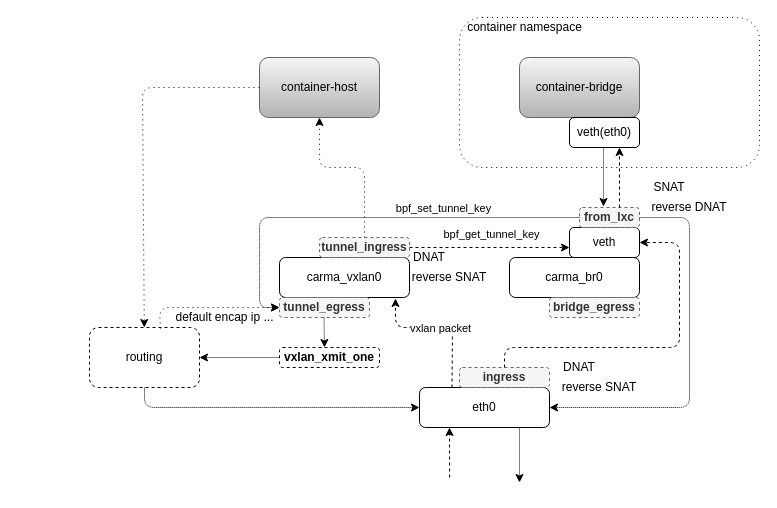
The draw.io diagram host-overlay-flow.drawio in AirbornWdd/doc, before the edit. Source tidied: cells renumbered, new cells numbered last; positions are measured from the earlier drawing's top-left corner, leaving out a move shared by most shapes. Both pictures are drawn from the tidied source at 100%, with x=0, y=0 at pixel (89, 17).
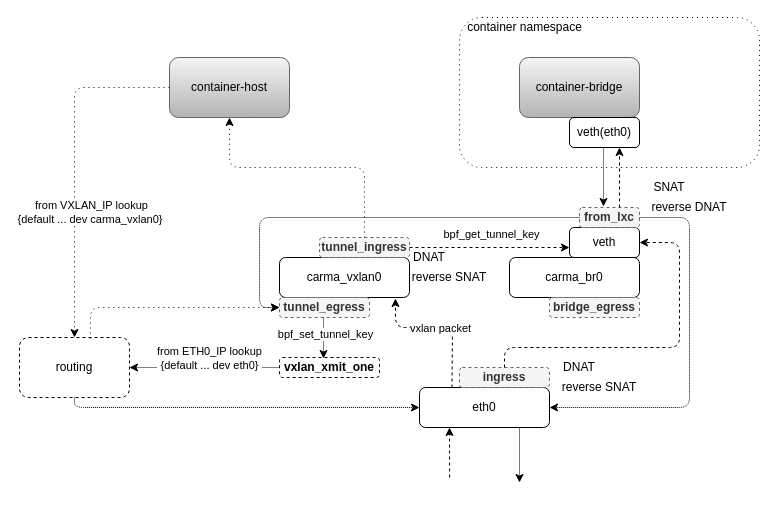
The same diagram, later.

Unchanged cells that the change refers to:
```xml
<mxCell id="10" value="eth0" style="rounded=1;whiteSpace=wrap;html=1;" parent="1" vertex="1">
  <mxGeometry x="330" y="370" width="130" height="40" as="geometry" />
</mxCell>
<mxCell id="18" value="&lt;b&gt;tunnel_ingress&lt;/b&gt;" style="rounded=1;whiteSpace=wrap;html=1;fillColor=#f5f5f5;strokeColor=#666666;fontColor=#333333;dashed=1;" parent="1" vertex="1">
  <mxGeometry x="230" y="220" width="90" height="20" as="geometry" />
</mxCell>
<mxCell id="22" style="endArrow=classic;html=1;entryX=0;entryY=0.5;entryDx=0;entryDy=0;dashed=1;dashPattern=1 1;exitX=0;exitY=0.5;exitDx=0;exitDy=0;" parent="1" edge="1" source="8" target="32">
  <mxGeometry relative="1" as="geometry">
    <Array as="points">
      <mxPoint x="410" y="200" />
      <mxPoint x="170" y="200" />
      <mxPoint x="170" y="290" />
    </Array>
  </mxGeometry>
</mxCell>
<mxCell id="32" value="&lt;b&gt;tunnel_egress&lt;/b&gt;" style="rounded=1;whiteSpace=wrap;html=1;fillColor=#f5f5f5;strokeColor=#666666;fontColor=#333333;dashed=1;" parent="1" vertex="1">
  <mxGeometry x="190" y="280" width="90" height="20" as="geometry" />
</mxCell>
```

Change to the diagram source:
```diff
@@
     <mxCell id="3" value="container-host" style="rounded=1;whiteSpace=wrap;html=1;gradientColor=#b3b3b3;fillColor=#f5f5f5;strokeColor=#666666;" parent="1" vertex="1">
-      <mxGeometry x="170" y="40" width="120" height="60" as="geometry" />
+      <mxGeometry x="80" y="40" width="120" height="60" as="geometry" />
     </mxCell>
@@
-    <mxCell id="23" value="bpf_set_tunnel_key" style="edgeLabel;html=1;align=center;verticalAlign=middle;" parent="22" vertex="1">
-      <mxGeometry x="-0.38" relative="1" as="geometry">
-        <mxPoint x="-4" y="-10" as="offset" />
-      </mxGeometry>
-    </mxCell>
@@
     <mxCell id="25" value="routing" style="rounded=1;whiteSpace=wrap;html=1;dashed=1;" parent="1" vertex="1">
-      <mxGeometry y="310" width="110" height="60" as="geometry" />
+      <mxGeometry x="-70" y="320" width="110" height="60" as="geometry" />
     </mxCell>
@@
     <mxCell id="33" style="endArrow=classic;html=1;dashed=1;dashPattern=1 4;exitX=0;exitY=0.5;exitDx=0;exitDy=0;" parent="1" edge="1" source="3" target="25">
       <mxGeometry relative="1" as="geometry">
         <Array as="points">
-          <mxPoint x="53" y="70" />
+          <mxPoint x="-15" y="70" />
         </Array>
       </mxGeometry>
     </mxCell>
+    <mxCell id="43" value="from VXLAN_IP lookup &lt;br&gt;{default ... dev carma_vxlan0}&amp;nbsp;" style="edgeLabel;html=1;align=center;verticalAlign=middle;" parent="33" vertex="1">
+      <mxGeometry x="0.25" relative="1" as="geometry">
+        <mxPoint x="16.2" y="3" as="offset" />
+      </mxGeometry>
+    </mxCell>
     <mxCell id="34" style="endArrow=classic;html=1;entryX=0.5;entryY=1;entryDx=0;entryDy=0;dashed=1;dashPattern=1 4;exitX=0.5;exitY=0;exitDx=0;exitDy=0;" parent="1" edge="1" source="18" target="3">
       <mxGeometry relative="1" as="geometry">
         <Array as="points">
           <mxPoint x="275" y="150" />
-          <mxPoint x="230" y="150" />
+          <mxPoint x="140" y="150" />
         </Array>
       </mxGeometry>
     </mxCell>
@@
     <mxCell id="37" value="&lt;b&gt;vxlan_xmit_one&lt;/b&gt;" style="rounded=1;whiteSpace=wrap;html=1;dashed=1;" parent="1" vertex="1">
-      <mxGeometry x="190" y="330" width="100" height="20" as="geometry" />
+      <mxGeometry x="190" y="340" width="100" height="20" as="geometry" />
     </mxCell>
-    <mxCell id="38" style="endArrow=classic;html=1;dashed=1;dashPattern=1 1;" parent="1" edge="1">
+    <mxCell id="38" style="endArrow=classic;html=1;dashed=1;dashPattern=1 1;entryX=0.44;entryY=0.05;entryDx=0;entryDy=0;entryPerimeter=0;" parent="1" edge="1" target="37">
       <mxGeometry relative="1" as="geometry">
-        <mxPoint x="234.5" y="300" as="sourcePoint" />
-        <mxPoint x="235" y="330" as="targetPoint" />
+        <mxPoint x="234" y="300" as="sourcePoint" />
       </mxGeometry>
     </mxCell>
+    <mxCell id="23" value="bpf_set_tunnel_key" style="edgeLabel;html=1;align=center;verticalAlign=middle;" parent="38" vertex="1">
+      <mxGeometry x="-0.22" y="1" relative="1" as="geometry" />
+    </mxCell>
@@
     <mxCell id="40" style="endArrow=classic;html=1;entryX=0;entryY=0.5;entryDx=0;entryDy=0;dashed=1;dashPattern=1 1;exitX=0.5;exitY=1;exitDx=0;exitDy=0;" parent="1" edge="1" source="25" target="10">
       <mxGeometry relative="1" as="geometry">
         <Array as="points">
-          <mxPoint x="55" y="390" />
+          <mxPoint x="-15" y="390" />
         </Array>
       </mxGeometry>
     </mxCell>
+    <mxCell id="44" value="from ETH0_IP lookup&lt;br&gt;{default ... dev eth0}" style="edgeLabel;html=1;align=center;verticalAlign=middle;" parent="40" vertex="1">
+      <mxGeometry x="-0.02" y="1" relative="1" as="geometry">
+        <mxPoint x="-30" y="-49" as="offset" />
+      </mxGeometry>
+    </mxCell>
     <mxCell id="41" style="endArrow=classic;html=1;dashed=1;dashPattern=1 4;exitX=0.645;exitY=0.017;exitDx=0;exitDy=0;entryX=0;entryY=0.5;entryDx=0;entryDy=0;exitPerimeter=0;" parent="1" edge="1" source="25" target="32">
       <mxGeometry relative="1" as="geometry">
         <Array as="points">
-          <mxPoint x="70" y="290" />
+          <mxPoint x="1" y="290" />
         </Array>
       </mxGeometry>
     </mxCell>
-    <mxCell id="42" value="default encap ip ..." style="text;html=1;align=center;verticalAlign=middle;" parent="1" vertex="1">
-      <mxGeometry x="80" y="290" width="110" height="20" as="geometry" />
-    </mxCell>
```
